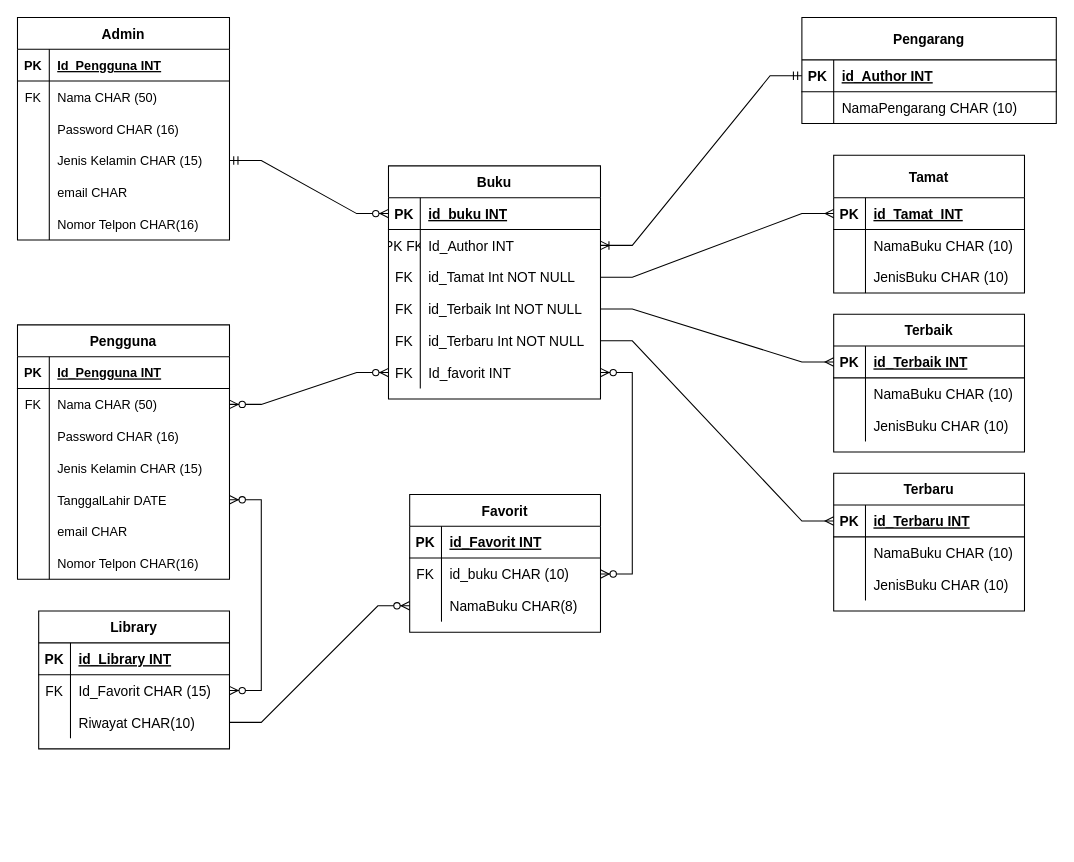
Above: Pertemuan5/pertemuan5-erd.drawio in Nurrohman10/IF214002-2 (draw.io), before the change. Source tidied: cells renumbered, new cells numbered last; positions are measured from the earlier drawing's top-left corner, leaving out a move shared by most shapes. Both pictures are drawn from the tidied source at 106%, with x=0, y=0 at pixel (17, 17).
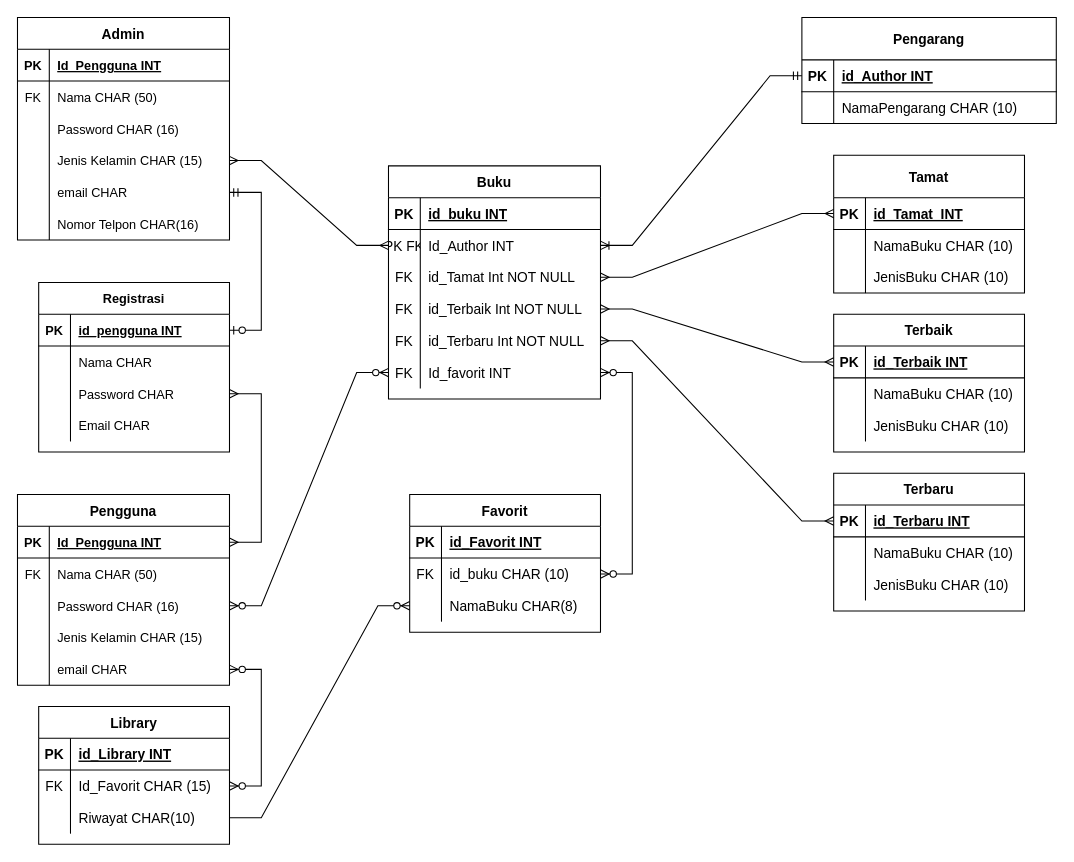
The same diagram, later.

Unchanged cells that the change refers to:
```xml
<mxCell id="3" style="shape=partialRectangle;fillColor=none;points=[[0,0.5],[1,0.5]];portConstraint=eastwest;top=0;left=0;right=0;bottom=1;" parent="2" vertex="1">
  <mxGeometry y="30" width="200" height="30" as="geometry" />
</mxCell>
<mxCell id="6" style="shape=partialRectangle;fillColor=none;points=[[0,0.5],[1,0.5]];portConstraint=eastwest;top=0;left=0;right=0;bottom=0;" parent="2" vertex="1">
  <mxGeometry y="60" width="200" height="30" as="geometry" />
</mxCell>
<mxCell id="9" style="shape=partialRectangle;fillColor=none;points=[[0,0.5],[1,0.5]];portConstraint=eastwest;top=0;left=0;right=0;bottom=0;" parent="2" vertex="1">
  <mxGeometry y="90" width="200" height="30" as="geometry" />
</mxCell>
<mxCell id="25" style="shape=tableRow;horizontal=0;startSize=0;swimlaneHead=0;swimlaneBody=0;fillColor=none;points=[[0,0.5],[1,0.5]];portConstraint=eastwest;top=0;left=0;right=0;bottom=1;fontSize=13;" parent="24" vertex="1">
  <mxGeometry y="30" width="200" height="30" as="geometry" />
</mxCell>
<mxCell id="28" style="shape=tableRow;horizontal=0;startSize=0;swimlaneHead=0;swimlaneBody=0;fillColor=none;points=[[0,0.5],[1,0.5]];portConstraint=eastwest;top=0;left=0;right=0;bottom=0;fontSize=13;" parent="24" vertex="1">
  <mxGeometry y="60" width="200" height="30" as="geometry" />
</mxCell>
<mxCell id="31" style="shape=tableRow;horizontal=0;startSize=0;swimlaneHead=0;swimlaneBody=0;fillColor=none;points=[[0,0.5],[1,0.5]];portConstraint=eastwest;top=0;left=0;right=0;bottom=0;fontSize=13;" parent="24" vertex="1">
  <mxGeometry y="90" width="200" height="30" as="geometry" />
</mxCell>
<mxCell id="34" style="shape=tableRow;horizontal=0;startSize=0;swimlaneHead=0;swimlaneBody=0;fillColor=none;points=[[0,0.5],[1,0.5]];portConstraint=eastwest;top=0;left=0;right=0;bottom=0;fontSize=13;" parent="24" vertex="1">
  <mxGeometry y="120" width="200" height="30" as="geometry" />
</mxCell>
<mxCell id="37" style="shape=tableRow;horizontal=0;startSize=0;swimlaneHead=0;swimlaneBody=0;fillColor=none;points=[[0,0.5],[1,0.5]];portConstraint=eastwest;top=0;left=0;right=0;bottom=0;fontSize=13;" parent="24" vertex="1">
  <mxGeometry y="150" width="200" height="30" as="geometry" />
</mxCell>
<mxCell id="40" style="shape=tableRow;horizontal=0;startSize=0;swimlaneHead=0;swimlaneBody=0;fillColor=none;points=[[0,0.5],[1,0.5]];portConstraint=eastwest;top=0;left=0;right=0;bottom=0;fontSize=13;" parent="24" vertex="1">
  <mxGeometry y="180" width="200" height="30" as="geometry" />
</mxCell>
<mxCell id="47" style="shape=tableRow;horizontal=0;startSize=0;swimlaneHead=0;swimlaneBody=0;fillColor=none;points=[[0,0.5],[1,0.5]];portConstraint=eastwest;top=0;left=0;right=0;bottom=0;fontSize=13;" parent="43" vertex="1">
  <mxGeometry y="60" width="180" height="30" as="geometry" />
</mxCell>
<mxCell id="50" style="shape=tableRow;horizontal=0;startSize=0;swimlaneHead=0;swimlaneBody=0;fillColor=none;points=[[0,0.5],[1,0.5]];portConstraint=eastwest;top=0;left=0;right=0;bottom=0;fontSize=13;" parent="43" vertex="1">
  <mxGeometry y="90" width="180" height="30" as="geometry" />
</mxCell>
<mxCell id="60" style="shape=tableRow;horizontal=0;startSize=0;swimlaneHead=0;swimlaneBody=0;fillColor=none;points=[[0,0.5],[1,0.5]];portConstraint=eastwest;top=0;left=0;right=0;bottom=0;fontSize=13;" parent="53" vertex="1">
  <mxGeometry y="90" width="180" height="30" as="geometry" />
</mxCell>
<mxCell id="65" style="shape=tableRow;horizontal=0;startSize=0;swimlaneHead=0;swimlaneBody=0;fillColor=none;points=[[0,0.5],[1,0.5]];portConstraint=eastwest;top=0;left=0;right=0;bottom=1;fontSize=13;" parent="64" vertex="1">
  <mxGeometry y="30" width="180" height="30" as="geometry" />
</mxCell>
<mxCell id="76" style="shape=tableRow;horizontal=0;startSize=0;swimlaneHead=0;swimlaneBody=0;fillColor=none;points=[[0,0.5],[1,0.5]];portConstraint=eastwest;top=0;left=0;right=0;bottom=1;fontSize=13;" parent="75" vertex="1">
  <mxGeometry y="30" width="180" height="30" as="geometry" />
</mxCell>
<mxCell id="86" style="shape=tableRow;horizontal=0;startSize=0;swimlaneHead=0;swimlaneBody=0;fillColor=none;points=[[0,0.5],[1,0.5]];portConstraint=eastwest;top=0;left=0;right=0;bottom=1;fontSize=13;" parent="85" vertex="1">
  <mxGeometry y="40" width="180" height="30" as="geometry" />
</mxCell>
<mxCell id="118" style="shape=partialRectangle;fillColor=none;points=[[0,0.5],[1,0.5]];portConstraint=eastwest;top=0;left=0;right=0;bottom=0;" parent="108" vertex="1">
  <mxGeometry y="120" width="200" height="30" as="geometry" />
</mxCell>
<mxCell id="121" style="shape=partialRectangle;fillColor=none;points=[[0,0.5],[1,0.5]];portConstraint=eastwest;top=0;left=0;right=0;bottom=0;" parent="108" vertex="1">
  <mxGeometry y="150" width="200" height="30" as="geometry" />
</mxCell>
```

Diff of the diagram source:
```diff
@@
     <mxCell id="2" value="Pengguna" style="shape=table;startSize=30;childLayout=tableLayout;rowLines=0;fontStyle=1;align=center;fontSize=13;" parent="1" vertex="1">
-      <mxGeometry y="290" width="200" height="240" as="geometry" />
+      <mxGeometry y="450" width="200" height="180" as="geometry" />
     </mxCell>
@@
-    <mxCell id="15" style="shape=partialRectangle;fillColor=none;points=[[0,0.5],[1,0.5]];portConstraint=eastwest;top=0;left=0;right=0;bottom=0;" parent="2" vertex="1">
-      <mxGeometry y="150" width="200" height="30" as="geometry" />
-    </mxCell>
-    <mxCell id="16" style="shape=partialRectangle;overflow=hidden;fillColor=none;top=0;left=0;bottom=0;right=0;" parent="15" vertex="1">
-      <mxGeometry width="30" height="30" as="geometry" />
-    </mxCell>
-    <mxCell id="17" value="TanggalLahir DATE" style="shape=partialRectangle;overflow=hidden;fillColor=none;top=0;left=0;bottom=0;right=0;align=left;spacingLeft=6;" parent="15" vertex="1">
-      <mxGeometry x="30" width="170" height="30" as="geometry" />
-    </mxCell>
     <mxCell id="18" style="shape=partialRectangle;fillColor=none;points=[[0,0.5],[1,0.5]];portConstraint=eastwest;top=0;left=0;right=0;bottom=0;" parent="2" vertex="1">
-      <mxGeometry y="180" width="200" height="30" as="geometry" />
+      <mxGeometry y="150" width="200" height="30" as="geometry" />
     </mxCell>
@@
-    <mxCell id="21" style="shape=partialRectangle;fillColor=none;top=0;left=0;right=0;bottom=0;" parent="2" vertex="1">
-      <mxGeometry y="210" width="200" height="30" as="geometry" />
-    </mxCell>
-    <mxCell id="22" style="shape=partialRectangle;overflow=hidden;fillColor=none;top=0;left=0;bottom=0;right=0;" parent="21" vertex="1">
-      <mxGeometry width="30" height="30" as="geometry" />
-    </mxCell>
-    <mxCell id="23" value="Nomor Telpon CHAR(16)" style="shape=partialRectangle;overflow=hidden;fillColor=none;top=0;left=0;bottom=0;right=0;align=left;spacingLeft=6;" parent="21" vertex="1">
-      <mxGeometry x="30" width="170" height="30" as="geometry" />
-    </mxCell>
@@
     <mxCell id="43" value="Library" style="shape=table;startSize=30;childLayout=tableLayout;rowLines=0;fontStyle=1;align=center;fontSize=13;" parent="1" vertex="1">
-      <mxGeometry x="20" y="560" width="180" height="130" as="geometry" />
+      <mxGeometry x="20" y="650" width="180" height="130" as="geometry" />
     </mxCell>
@@
-    <mxCell id="63" style="edgeStyle=entityRelationEdgeStyle;fontSize=12;html=1;endArrow=ERzeroToMany;endFill=1;startArrow=ERzeroToMany;rounded=0;entryX=0;entryY=0.5;entryDx=0;entryDy=0;exitX=1;exitY=0.5;exitDx=0;exitDy=0;" parent="1" edge="1" source="6" target="40">
+    <mxCell id="63" style="edgeStyle=entityRelationEdgeStyle;fontSize=12;html=1;endArrow=ERzeroToMany;endFill=1;startArrow=ERzeroToMany;rounded=0;entryX=0;entryY=0.5;entryDx=0;entryDy=0;exitX=1;exitY=0.5;exitDx=0;exitDy=0;" parent="1" edge="1" source="9" target="40">
       <mxGeometry relative="1" as="geometry" />
     </mxCell>
@@
-    <mxCell id="74" style="edgeStyle=entityRelationEdgeStyle;fontSize=12;html=1;endArrow=ERzeroToMany;endFill=1;startArrow=ERzeroToMany;rounded=0;entryX=1;entryY=0.5;entryDx=0;entryDy=0;exitX=1;exitY=0.5;exitDx=0;exitDy=0;" parent="1" edge="1" source="15" target="47">
+    <mxCell id="74" style="edgeStyle=entityRelationEdgeStyle;fontSize=12;html=1;endArrow=ERzeroToMany;endFill=1;startArrow=ERzeroToMany;rounded=0;entryX=1;entryY=0.5;entryDx=0;entryDy=0;exitX=1;exitY=0.5;exitDx=0;exitDy=0;" parent="1" edge="1" source="18" target="47">
       <mxGeometry relative="1" as="geometry" />
     </mxCell>
@@
-    <mxCell id="95" style="edgeStyle=entityRelationEdgeStyle;fontSize=12;html=1;endArrow=ERzeroToMany;endFill=1;rounded=0;entryX=0;entryY=0.5;entryDx=0;entryDy=0;exitX=1;exitY=0.5;exitDx=0;exitDy=0;" parent="1" edge="1" target="60">
-      <mxGeometry relative="1" as="geometry">
-        <mxPoint x="200" y="665" as="sourcePoint" />
-      </mxGeometry>
+    <mxCell id="95" style="edgeStyle=entityRelationEdgeStyle;fontSize=12;html=1;endArrow=ERzeroToMany;endFill=1;rounded=0;entryX=0;entryY=0.5;entryDx=0;entryDy=0;exitX=1;exitY=0.5;exitDx=0;exitDy=0;" parent="1" edge="1" source="50" target="60">
+      <mxGeometry relative="1" as="geometry" />
     </mxCell>
@@
-    <mxCell id="104" style="edgeStyle=entityRelationEdgeStyle;fontSize=12;html=1;endArrow=ERmany;rounded=0;entryX=0;entryY=0.5;entryDx=0;entryDy=0;exitX=1;exitY=0.5;exitDx=0;exitDy=0;" parent="1" edge="1" source="31" target="86">
-      <mxGeometry relative="1" as="geometry" />
-    </mxCell>
-    <mxCell id="105" style="edgeStyle=entityRelationEdgeStyle;fontSize=12;html=1;endArrow=ERmany;rounded=0;entryX=0;entryY=0.5;entryDx=0;entryDy=0;exitX=1;exitY=0.5;exitDx=0;exitDy=0;" parent="1" edge="1" source="34" target="65">
-      <mxGeometry relative="1" as="geometry" />
-    </mxCell>
-    <mxCell id="106" style="edgeStyle=entityRelationEdgeStyle;fontSize=12;html=1;endArrow=ERmany;rounded=0;entryX=0;entryY=0.5;entryDx=0;entryDy=0;exitX=1;exitY=0.5;exitDx=0;exitDy=0;" parent="1" edge="1" source="37" target="76">
-      <mxGeometry relative="1" as="geometry" />
-    </mxCell>
@@
-    <mxCell id="127" style="edgeStyle=entityRelationEdgeStyle;fontSize=12;html=1;endArrow=ERzeroToMany;startArrow=ERmandOne;rounded=0;exitX=1;exitY=0.5;exitDx=0;exitDy=0;entryX=0;entryY=0.5;entryDx=0;entryDy=0;" parent="1" edge="1" source="118" target="25">
-      <mxGeometry relative="1" as="geometry" />
-    </mxCell>
+    <mxCell id="128" style="edgeStyle=entityRelationEdgeStyle;fontSize=12;html=1;endArrow=ERmany;startArrow=ERmany;rounded=0;exitX=1;exitY=0.5;exitDx=0;exitDy=0;entryX=0;entryY=0.5;entryDx=0;entryDy=0;" parent="1" edge="1" source="118" target="28">
+      <mxGeometry relative="1" as="geometry" />
+    </mxCell>
+    <mxCell id="104" style="edgeStyle=entityRelationEdgeStyle;fontSize=12;html=1;endArrow=ERmany;startArrow=ERmany;rounded=0;entryX=0;entryY=0.5;entryDx=0;entryDy=0;exitX=1;exitY=0.5;exitDx=0;exitDy=0;" parent="1" edge="1" source="31" target="86">
+      <mxGeometry relative="1" as="geometry" />
+    </mxCell>
+    <mxCell id="106" style="edgeStyle=entityRelationEdgeStyle;fontSize=12;html=1;endArrow=ERmany;startArrow=ERmany;rounded=0;entryX=0;entryY=0.5;entryDx=0;entryDy=0;exitX=1;exitY=0.5;exitDx=0;exitDy=0;" parent="1" edge="1" source="37" target="76">
+      <mxGeometry relative="1" as="geometry" />
+    </mxCell>
+    <mxCell id="105" style="edgeStyle=entityRelationEdgeStyle;fontSize=12;html=1;endArrow=ERmany;startArrow=ERmany;rounded=0;entryX=0;entryY=0.5;entryDx=0;entryDy=0;" parent="1" edge="1" source="34" target="65">
+      <mxGeometry relative="1" as="geometry" />
+    </mxCell>
+    <mxCell id="129" value="Registrasi" style="shape=table;startSize=30;childLayout=tableLayout;rowLines=0;fontStyle=1;align=center;" parent="1" vertex="1">
+      <mxGeometry x="20" y="250" width="180" height="160" as="geometry" />
+    </mxCell>
+    <mxCell id="130" style="shape=tableRow;horizontal=0;startSize=0;swimlaneHead=0;swimlaneBody=0;fillColor=none;points=[[0,0.5],[1,0.5]];portConstraint=eastwest;top=0;left=0;right=0;bottom=1;" parent="129" vertex="1">
+      <mxGeometry y="30" width="180" height="30" as="geometry" />
+    </mxCell>
+    <mxCell id="131" value="PK" style="shape=partialRectangle;fillColor=none;top=0;left=0;bottom=0;right=0;fontStyle=1;overflow=hidden;" parent="130" vertex="1">
+      <mxGeometry width="30" height="30" as="geometry" />
+    </mxCell>
+    <mxCell id="132" value="id_pengguna INT" style="shape=partialRectangle;fillColor=none;top=0;left=0;bottom=0;right=0;align=left;spacingLeft=6;fontStyle=5;overflow=hidden;" parent="130" vertex="1">
+      <mxGeometry x="30" width="150" height="30" as="geometry" />
+    </mxCell>
+    <mxCell id="133" style="shape=tableRow;horizontal=0;startSize=0;swimlaneHead=0;swimlaneBody=0;fillColor=none;top=0;left=0;right=0;bottom=0;" parent="129" vertex="1">
+      <mxGeometry y="60" width="180" height="30" as="geometry" />
+    </mxCell>
+    <mxCell id="134" style="shape=partialRectangle;fillColor=none;top=0;left=0;bottom=0;right=0;overflow=hidden;" parent="133" vertex="1">
+      <mxGeometry width="30" height="30" as="geometry" />
+    </mxCell>
+    <mxCell id="135" value="Nama CHAR" style="shape=partialRectangle;fillColor=none;top=0;left=0;bottom=0;right=0;align=left;spacingLeft=6;overflow=hidden;" parent="133" vertex="1">
+      <mxGeometry x="30" width="150" height="30" as="geometry" />
+    </mxCell>
+    <mxCell id="136" style="shape=tableRow;horizontal=0;startSize=0;swimlaneHead=0;swimlaneBody=0;fillColor=none;points=[[0,0.5],[1,0.5]];portConstraint=eastwest;top=0;left=0;right=0;bottom=0;" parent="129" vertex="1">
+      <mxGeometry y="90" width="180" height="30" as="geometry" />
+    </mxCell>
+    <mxCell id="137" style="shape=partialRectangle;fillColor=none;top=0;left=0;bottom=0;right=0;overflow=hidden;" parent="136" vertex="1">
+      <mxGeometry width="30" height="30" as="geometry" />
+    </mxCell>
+    <mxCell id="138" value="Password CHAR" style="shape=partialRectangle;fillColor=none;top=0;left=0;bottom=0;right=0;align=left;spacingLeft=6;overflow=hidden;" parent="136" vertex="1">
+      <mxGeometry x="30" width="150" height="30" as="geometry" />
+    </mxCell>
+    <mxCell id="139" style="shape=tableRow;horizontal=0;startSize=0;swimlaneHead=0;swimlaneBody=0;fillColor=none;top=0;left=0;right=0;bottom=0;" parent="129" vertex="1">
+      <mxGeometry y="120" width="180" height="30" as="geometry" />
+    </mxCell>
+    <mxCell id="140" style="shape=partialRectangle;fillColor=none;top=0;left=0;bottom=0;right=0;overflow=hidden;" parent="139" vertex="1">
+      <mxGeometry width="30" height="30" as="geometry" />
+    </mxCell>
+    <mxCell id="141" value="Email CHAR" style="shape=partialRectangle;fillColor=none;top=0;left=0;bottom=0;right=0;align=left;spacingLeft=6;overflow=hidden;" parent="139" vertex="1">
+      <mxGeometry x="30" width="150" height="30" as="geometry" />
+    </mxCell>
+    <mxCell id="142" style="edgeStyle=entityRelationEdgeStyle;fontSize=12;html=1;endArrow=ERzeroToOne;startArrow=ERmandOne;rounded=0;exitX=1;exitY=0.5;exitDx=0;exitDy=0;entryX=1;entryY=0.5;entryDx=0;entryDy=0;" parent="1" edge="1" source="121" target="130">
+      <mxGeometry relative="1" as="geometry" />
+    </mxCell>
+    <mxCell id="143" style="edgeStyle=entityRelationEdgeStyle;fontSize=12;html=1;endArrow=ERmany;startArrow=ERmany;rounded=0;exitX=1;exitY=0.5;exitDx=0;exitDy=0;entryX=1;entryY=0.5;entryDx=0;entryDy=0;" parent="1" edge="1" source="136" target="3">
+      <mxGeometry relative="1" as="geometry" />
+    </mxCell>
```
